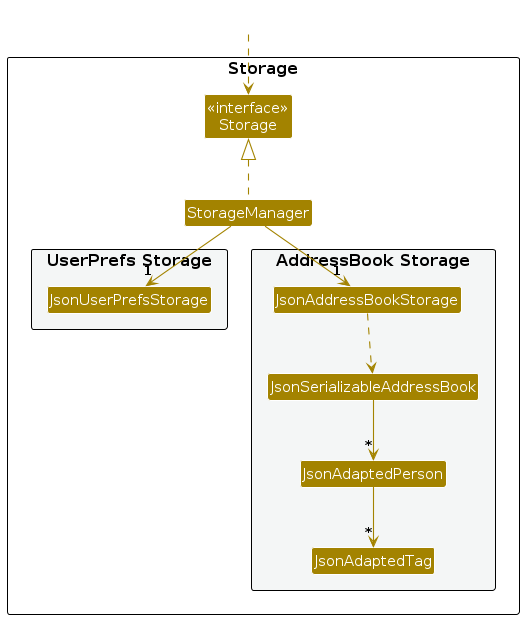
Before: diagrams/StorageClassDiagram.png, a diagram exported from PlantUML (AY2627S1-CS2103T-T13-4/tp). Its source is kept beside it as diagrams/StorageClassDiagram.puml. Its diagram source:
```plantuml
@startuml
!include style.puml
skinparam arrowThickness 1.1
skinparam arrowColor STORAGE_COLOR
skinparam classBackgroundColor STORAGE_COLOR

package Storage as StoragePackage {

Class "<<interface>>\nStorage" as Storage
Class StorageManager

package "UserPrefs Storage" #F4F6F6{
Class JsonUserPrefsStorage
}

package "AddressBook Storage" #F4F6F6{
Class JsonAddressBookStorage
Class JsonSerializableAddressBook
Class JsonAdaptedPerson
Class JsonAdaptedTag
}

}

Class HiddenOutside #FFFFFF
HiddenOutside ..> Storage

StorageManager .up.|> Storage
StorageManager -down-> "1" JsonUserPrefsStorage
StorageManager -down-> "1" JsonAddressBookStorage

JsonAddressBookStorage ..> JsonSerializableAddressBook
JsonSerializableAddressBook --> "*" JsonAdaptedPerson
JsonAdaptedPerson --> "*" JsonAdaptedTag

@enduml
```
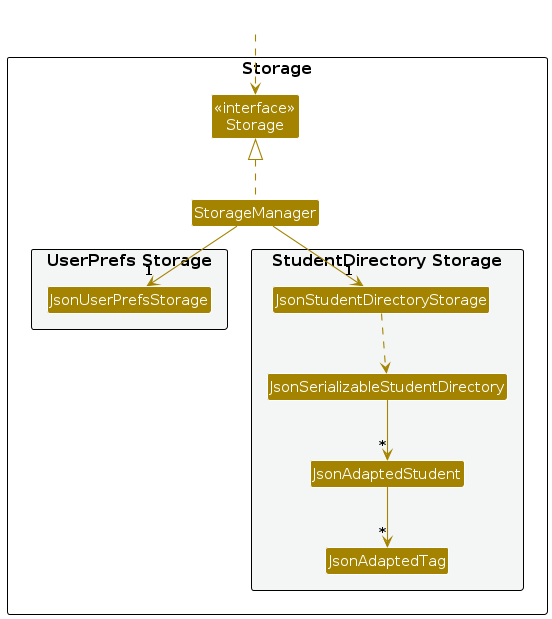
Later version of the same file.

Diff of the diagram source:
```diff
@@ -13,10 +13,10 @@
 Class JsonUserPrefsStorage
 }
 
-package "AddressBook Storage" #F4F6F6{
-Class JsonAddressBookStorage
-Class JsonSerializableAddressBook
-Class JsonAdaptedPerson
+package "StudentDirectory Storage" #F4F6F6{
+Class JsonStudentDirectoryStorage
+Class JsonSerializableStudentDirectory
+Class JsonAdaptedStudent
 Class JsonAdaptedTag
 }
 
@@ -27,10 +27,10 @@
 
 StorageManager .up.|> Storage
 StorageManager -down-> "1" JsonUserPrefsStorage
-StorageManager -down-> "1" JsonAddressBookStorage
+StorageManager -down-> "1" JsonStudentDirectoryStorage
 
-JsonAddressBookStorage ..> JsonSerializableAddressBook
-JsonSerializableAddressBook --> "*" JsonAdaptedPerson
-JsonAdaptedPerson --> "*" JsonAdaptedTag
+JsonStudentDirectoryStorage ..> JsonSerializableStudentDirectory
+JsonSerializableStudentDirectory --> "*" JsonAdaptedStudent
+JsonAdaptedStudent --> "*" JsonAdaptedTag
 
 @enduml
```
